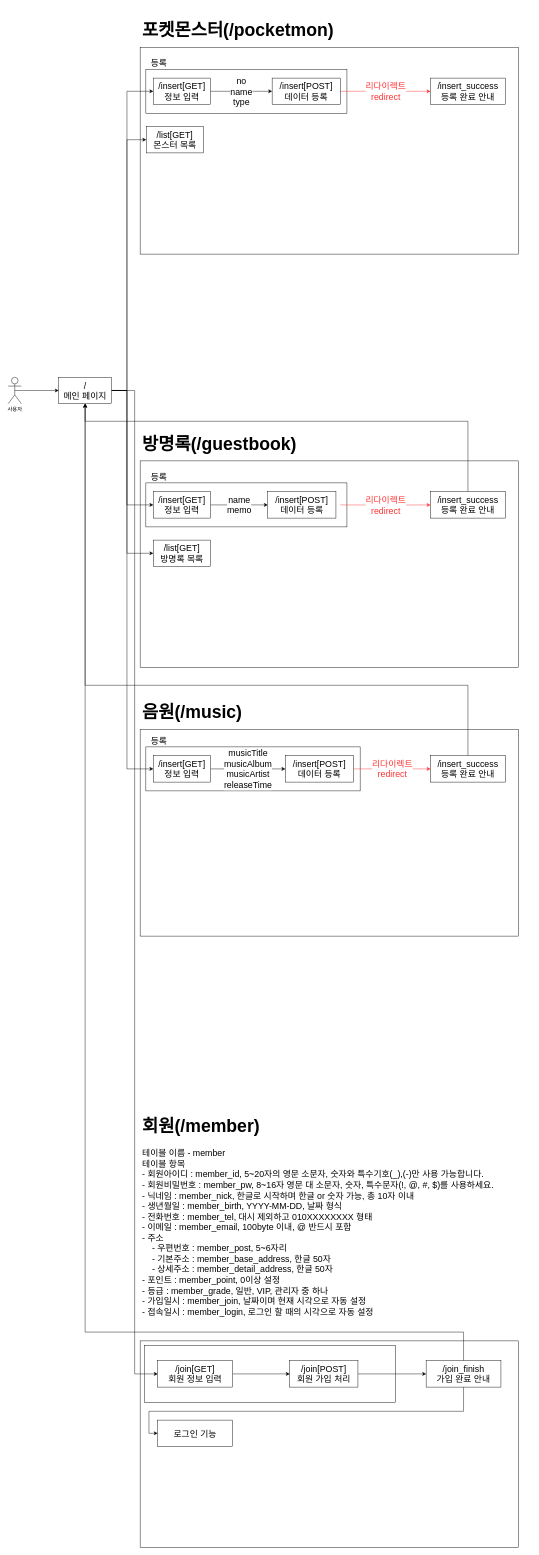
Luverduck/kh10 keeps this draw.io diagram as page "Flow" (1 of 2) of springhome/springhome.drawio. Above is the earlier version. Source tidied: cells renumbered, new cells numbered last; positions are measured from the earlier drawing's top-left corner, leaving out a move shared by most shapes. Both pictures are drawn from the tidied source at 44%, with x=0, y=0 at pixel (8, 12).
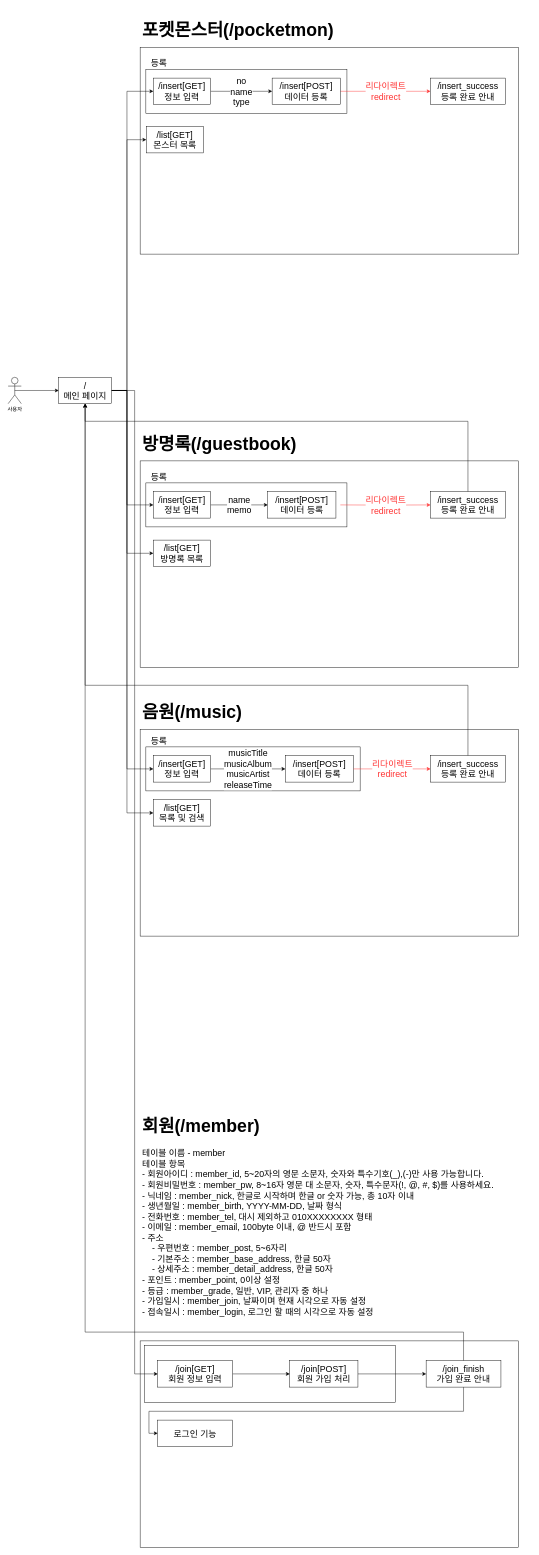
The same diagram, later.

Unchanged cells that the change refers to:
```xml
<mxCell id="17" value="/&lt;br&gt;메인 페이지" style="rounded=0;whiteSpace=wrap;html=1;fontSize=20;" parent="1" vertex="1">
  <mxGeometry x="115" y="830" width="120" height="60" as="geometry" />
</mxCell>
```

What changed in the source:
```diff
@@
+    <mxCell id="53" style="edgeStyle=orthogonalEdgeStyle;rounded=0;jettySize=auto;html=1;entryX=0;entryY=0.5;entryDx=0;entryDy=0;" parent="1" edge="1" source="17" target="54">
+      <mxGeometry relative="1" as="geometry">
+        <Array as="points">
+          <mxPoint x="270" y="860" />
+          <mxPoint x="270" y="1820" />
+        </Array>
+      </mxGeometry>
+    </mxCell>
@@
+    <mxCell id="54" value="/list[GET]&lt;br&gt;목록 및 검색" style="rounded=0;whiteSpace=wrap;html=1;fontSize=20;" parent="1" vertex="1">
+      <mxGeometry x="330" y="1790" width="130" height="60" as="geometry" />
+    </mxCell>
```
